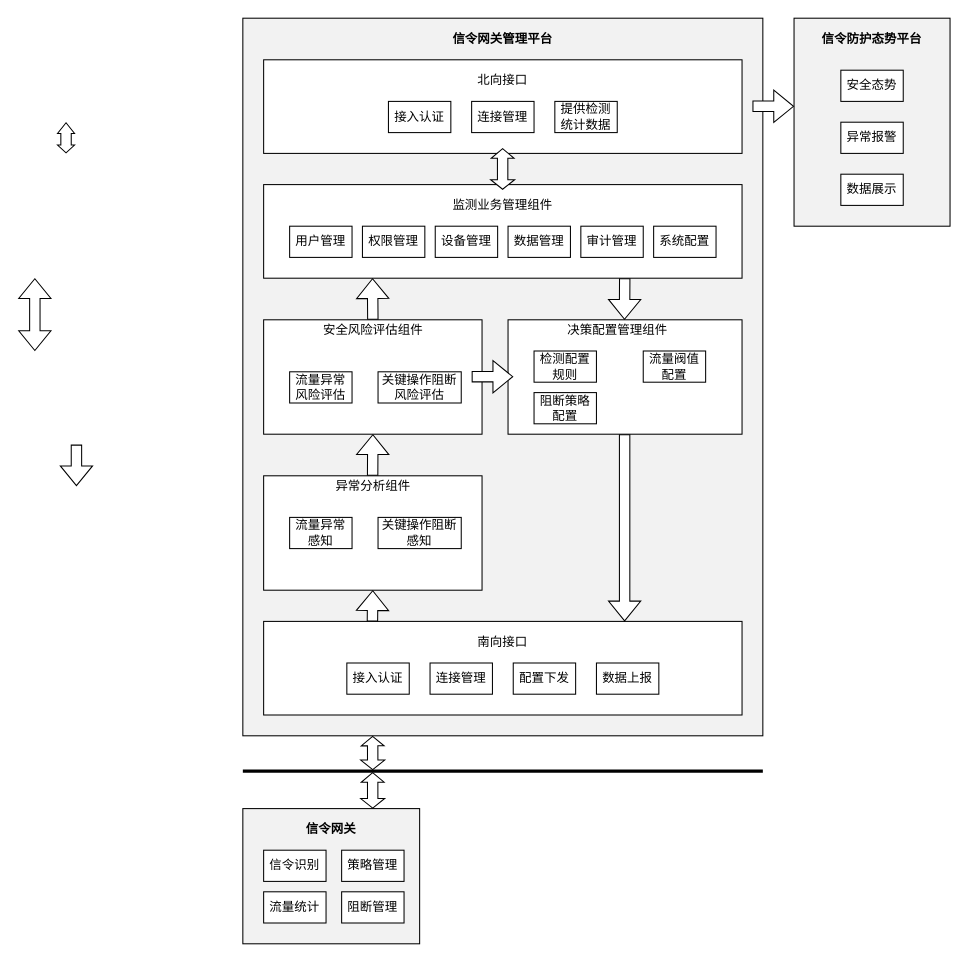
The draw.io diagram page "信令系统结构图" (10 of 11) of 染色平台.drawio in liubocoder/diagrams, before the edit. Source tidied: cells renumbered, new cells numbered last; positions are measured from the earlier drawing's top-left corner, leaving out a move shared by most shapes. Both pictures are drawn from the tidied source at 104%, with x=0, y=0 at pixel (34, 18).
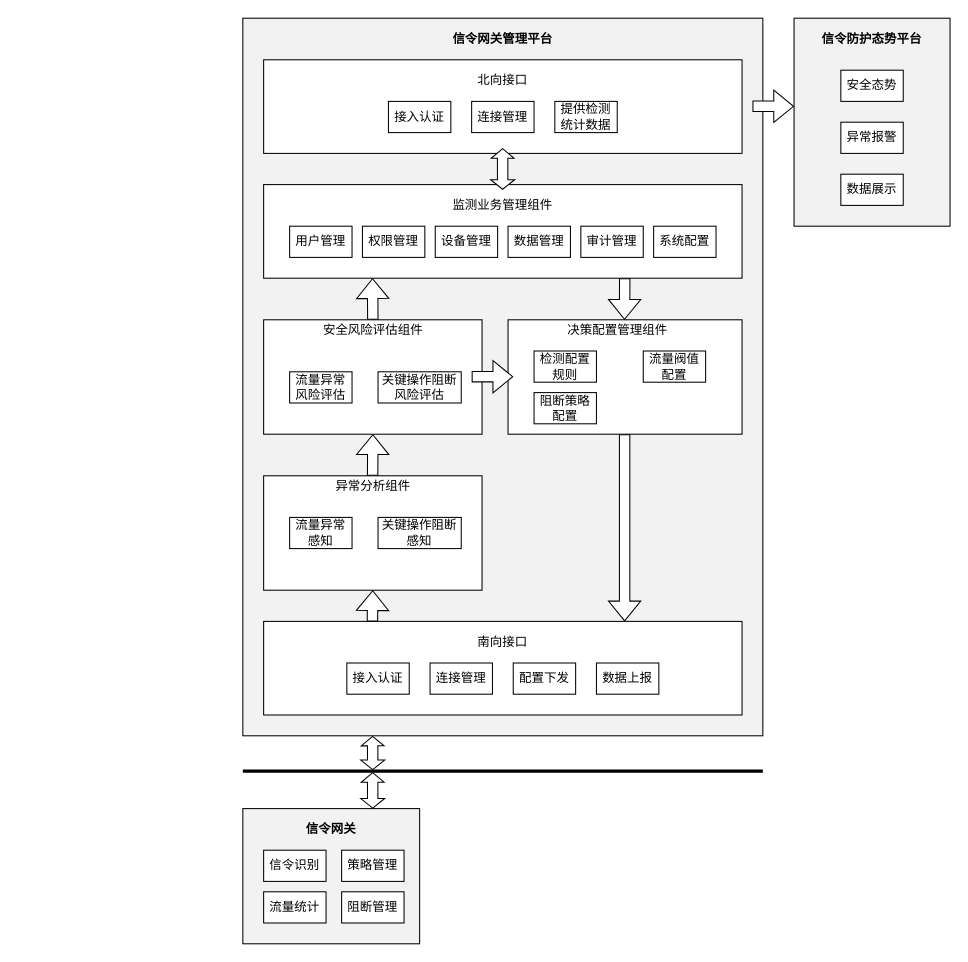
The same page after the edit.

Change to the diagram source:
```diff
@@
-    <mxCell id="48" style="shape=flexArrow;endArrow=classic;startArrow=classic;html=1;rounded=0;" parent="1" edge="1">
-      <mxGeometry relative="1" as="geometry">
-        <mxPoint y="320" as="sourcePoint" />
-        <mxPoint y="250" as="targetPoint" />
-      </mxGeometry>
-    </mxCell>
@@
-    <mxCell id="50" style="shape=flexArrow;endArrow=classic;html=1;rounded=0;fillColor=default;arcSize=20;" parent="1" edge="1">
-      <mxGeometry relative="1" as="geometry">
-        <mxPoint x="40" y="410" as="sourcePoint" />
-        <mxPoint x="40" y="450" as="targetPoint" />
-      </mxGeometry>
-    </mxCell>
@@
-    <mxCell id="54" style="shape=flexArrow;endArrow=classic;startArrow=classic;html=1;rounded=0;endWidth=5.384615384615384;endSize=3.0903846153846155;startWidth=5.384615384615384;startSize=2.167307692307692;" parent="1" edge="1">
-      <mxGeometry relative="1" as="geometry">
-        <mxPoint x="30" y="130" as="sourcePoint" />
-        <mxPoint x="30" y="100" as="targetPoint" />
-      </mxGeometry>
-    </mxCell>
```
